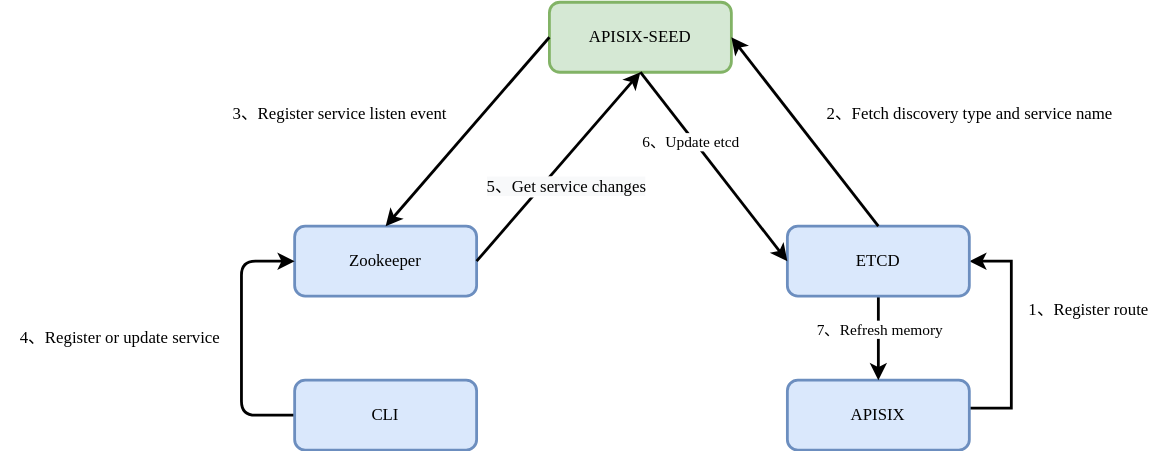
apache/apisix keeps this draw.io diagram as docs/assets/images/apisix-seed.svg. Above is the earlier version. Source tidied: cells renumbered, new cells last; positions are measured from the earlier drawing's top-left corner, leaving out a move shared by most shapes.
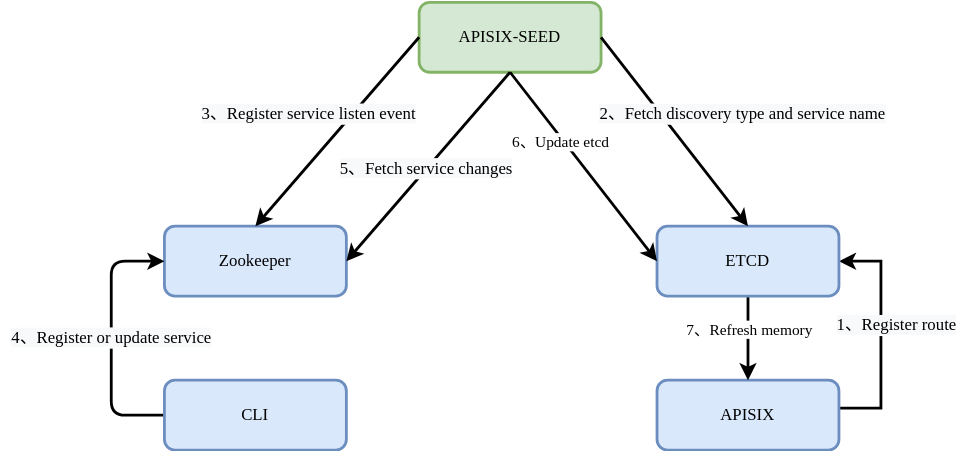
The same diagram one commit later.

Commit message:
feat(zookeeper): update architecture diagram

Diff of the diagram source:
```diff
@@ -14,6 +14,11 @@
         </Array>
       </mxGeometry>
     </mxCell>
+    <mxCell id="17" value="&lt;span style=&quot;font-family: &amp;#34;tahoma&amp;#34; ; font-size: 12px ; background-color: rgb(248 , 249 , 250)&quot;&gt;1、Register route&lt;/span&gt;" style="edgeLabel;html=1;align=center;verticalAlign=middle;" parent="3" vertex="1">
+      <mxGeometry x="0.21" y="-1" relative="1" as="geometry">
+        <mxPoint x="9" as="offset" />
+      </mxGeometry>
+    </mxCell>
     <mxCell id="4" value="APISIX" style="rounded=1;whiteSpace=wrap;html=1;strokeWidth=2;fontFamily=Tahoma;fillColor=#dae8fc;strokeColor=#6c8ebf;" parent="1" vertex="1">
       <mxGeometry x="562" y="270" width="130" height="50" as="geometry" />
     </mxCell>
@@ -26,15 +31,17 @@
     <mxCell id="7" value="ETCD" style="rounded=1;whiteSpace=wrap;html=1;strokeWidth=2;fontFamily=Tahoma;fillColor=#dae8fc;strokeColor=#6c8ebf;" parent="1" vertex="1">
       <mxGeometry x="562" y="160" width="130" height="50" as="geometry" />
     </mxCell>
-    <mxCell id="8" style="endArrow=classic;html=1;rounded=0;entryX=1;entryY=0.5;entryDx=0;entryDy=0;strokeWidth=2;fontFamily=Tahoma;exitX=0.5;exitY=0;exitDx=0;exitDy=0;" parent="1" edge="1" source="7" target="2">
-      <mxGeometry relative="1" as="geometry" />
-    </mxCell>
     <mxCell id="9" value="Zookeeper" style="rounded=1;whiteSpace=wrap;html=1;strokeWidth=2;fontFamily=Tahoma;fillColor=#dae8fc;strokeColor=#6c8ebf;" parent="1" vertex="1">
       <mxGeometry x="210" y="160" width="130" height="50" as="geometry" />
     </mxCell>
     <mxCell id="10" style="endArrow=classic;html=1;rounded=0;exitX=0;exitY=0.5;exitDx=0;exitDy=0;strokeWidth=2;fontFamily=Tahoma;entryX=0.5;entryY=0;entryDx=0;entryDy=0;" parent="1" edge="1" source="2" target="9">
       <mxGeometry relative="1" as="geometry" />
     </mxCell>
+    <mxCell id="19" value="&lt;span style=&quot;font-family: &amp;#34;tahoma&amp;#34; ; font-size: 12px ; background-color: rgb(248 , 249 , 250)&quot;&gt;3、Register service listen event&lt;/span&gt;" style="edgeLabel;html=1;align=center;verticalAlign=middle;" parent="10" vertex="1">
+      <mxGeometry x="-0.15" y="-4" relative="1" as="geometry">
+        <mxPoint x="-27" as="offset" />
+      </mxGeometry>
+    </mxCell>
     <mxCell id="11" style="edgeStyle=orthogonalEdgeStyle;rounded=1;jettySize=auto;html=1;exitX=0;exitY=0.5;exitDx=0;exitDy=0;entryX=0;entryY=0.5;entryDx=0;entryDy=0;fontFamily=Tahoma;strokeWidth=2;" parent="1" edge="1" source="12" target="9">
       <mxGeometry relative="1" as="geometry">
         <Array as="points">
@@ -43,17 +50,12 @@
         </Array>
       </mxGeometry>
     </mxCell>
+    <mxCell id="20" value="&lt;span style=&quot;font-family: &amp;#34;tahoma&amp;#34; ; font-size: 12px ; background-color: rgb(248 , 249 , 250)&quot;&gt;4、Register or update service&lt;/span&gt;" style="edgeLabel;html=1;align=center;verticalAlign=middle;" parent="11" vertex="1">
+      <mxGeometry x="0.01" y="1" relative="1" as="geometry" />
+    </mxCell>
     <mxCell id="12" value="CLI" style="rounded=1;whiteSpace=wrap;html=1;strokeWidth=2;fontFamily=Tahoma;fillColor=#dae8fc;strokeColor=#6c8ebf;" parent="1" vertex="1">
       <mxGeometry x="210" y="270" width="130" height="50" as="geometry" />
     </mxCell>
-    <mxCell id="13" style="endArrow=classic;html=1;rounded=0;exitX=1;exitY=0.5;exitDx=0;exitDy=0;strokeWidth=2;fontFamily=Tahoma;entryX=0.5;entryY=1;entryDx=0;entryDy=0;" parent="1" edge="1" source="9" target="2">
-      <mxGeometry relative="1" as="geometry" />
-    </mxCell>
-    <mxCell id="14" value="&lt;span style=&quot;font-size: 12px ; background-color: rgb(248 , 249 , 250)&quot;&gt;5、Get service changes&lt;/span&gt;" style="edgeLabel;html=1;align=center;verticalAlign=middle;fontFamily=Tahoma;" parent="13" vertex="1">
-      <mxGeometry x="-0.01" y="-1" relative="1" as="geometry">
-        <mxPoint x="5" y="12" as="offset" />
-      </mxGeometry>
-    </mxCell>
     <mxCell id="15" style="endArrow=classic;html=1;rounded=0;strokeWidth=2;fontFamily=Tahoma;entryX=0;entryY=0.5;entryDx=0;entryDy=0;exitX=0.5;exitY=1;exitDx=0;exitDy=0;" parent="1" edge="1" source="2" target="7">
       <mxGeometry relative="1" as="geometry" />
     </mxCell>
@@ -62,17 +64,19 @@
         <mxPoint x="2" as="offset" />
       </mxGeometry>
     </mxCell>
-    <mxCell id="17" value="1、Register route" style="text;html=1;align=center;verticalAlign=middle;strokeColor=none;fillColor=none;fontFamily=Tahoma;" parent="1" vertex="1">
-      <mxGeometry x="722" y="210" width="110" height="20" as="geometry" />
-    </mxCell>
+    <mxCell id="21" style="endArrow=classic;html=1;rounded=0;exitX=0.5;exitY=1;exitDx=0;exitDy=0;entryX=1;entryY=0.5;entryDx=0;entryDy=0;strokeWidth=2;" parent="1" edge="1" source="2" target="9">
+      <mxGeometry relative="1" as="geometry" />
+    </mxCell>
+    <mxCell id="22" value="&lt;span style=&quot;font-family: &amp;#34;tahoma&amp;#34; ; font-size: 12px ; background-color: rgb(248 , 249 , 250)&quot;&gt;5、Fetch service changes&lt;/span&gt;" style="edgeLabel;html=1;align=center;verticalAlign=middle;" parent="21" vertex="1">
+      <mxGeometry x="0.02" y="-1" relative="1" as="geometry" />
+    </mxCell>
+    <mxCell id="23" style="endArrow=classic;html=1;rounded=0;strokeWidth=2;exitX=1;exitY=0.5;exitDx=0;exitDy=0;entryX=0.5;entryY=0;entryDx=0;entryDy=0;" parent="1" edge="1" source="2" target="7">
+      <mxGeometry relative="1" as="geometry" />
+    </mxCell>
-    <mxCell id="18" value="2、Fetch discovery type and service name" style="text;html=1;align=center;verticalAlign=middle;strokeColor=none;fillColor=none;fontFamily=Tahoma;" parent="1" vertex="1">
-      <mxGeometry x="572" y="70" width="240" height="20" as="geometry" />
+    <mxCell id="18" value="&lt;span style=&quot;font-family: &amp;#34;tahoma&amp;#34; ; font-size: 12px ; background-color: rgb(248 , 249 , 250)&quot;&gt;2、Fetch discovery type and service name&lt;/span&gt;" style="edgeLabel;html=1;align=center;verticalAlign=middle;" parent="23" vertex="1">
+      <mxGeometry x="-0.09" y="3" relative="1" as="geometry">
+        <mxPoint x="50" y="-5" as="offset" />
+      </mxGeometry>
     </mxCell>
-    <mxCell id="19" value="3、Register service listen event" style="text;html=1;align=center;verticalAlign=middle;strokeColor=none;fillColor=none;fontFamily=Tahoma;" parent="1" vertex="1">
-      <mxGeometry x="152" y="70" width="180" height="20" as="geometry" />
-    </mxCell>
-    <mxCell id="20" value="4、Register or update service" style="text;html=1;align=center;verticalAlign=middle;strokeColor=none;fillColor=none;fontFamily=Tahoma;" parent="1" vertex="1">
-      <mxGeometry y="230" width="170" height="20" as="geometry" />
-    </mxCell>
   </root>
 </mxGraphModel>
```
